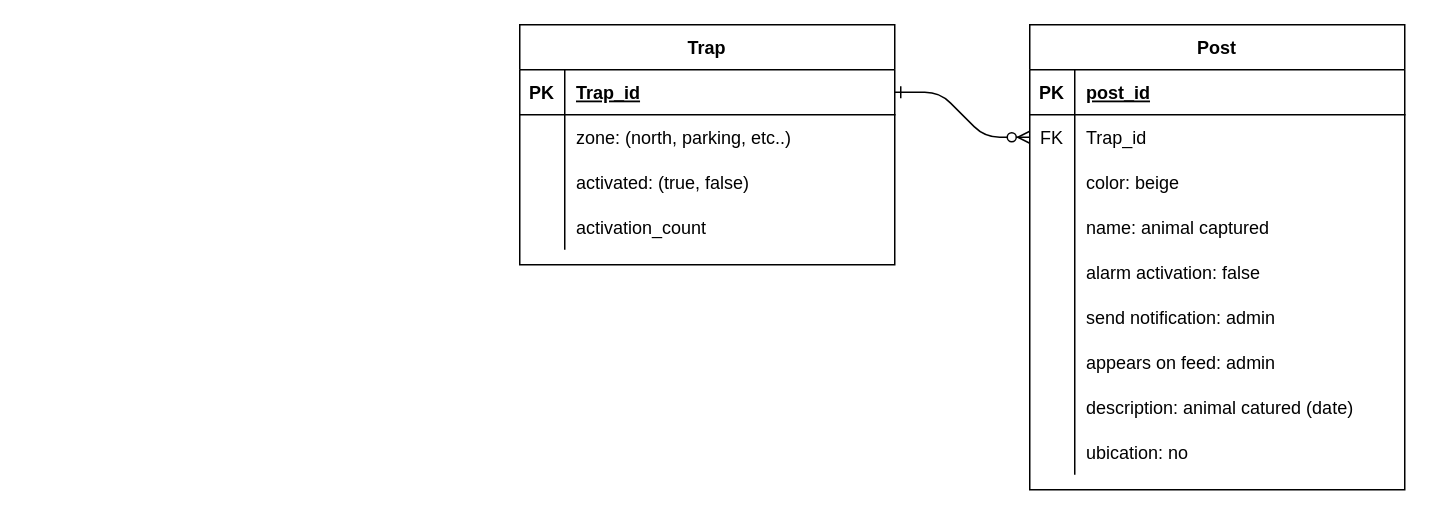
EmergenBis/emergenbis-iot-backend keeps this draw.io diagram as ERM IoT.drawio. Above is the earlier version. Source tidied: cells renumbered, new cells numbered last; positions are measured from the earlier drawing's top-left corner, leaving out a move shared by most shapes. Both pictures are drawn from the tidied source at 150%, with x=0, y=0 at pixel (519, 24).
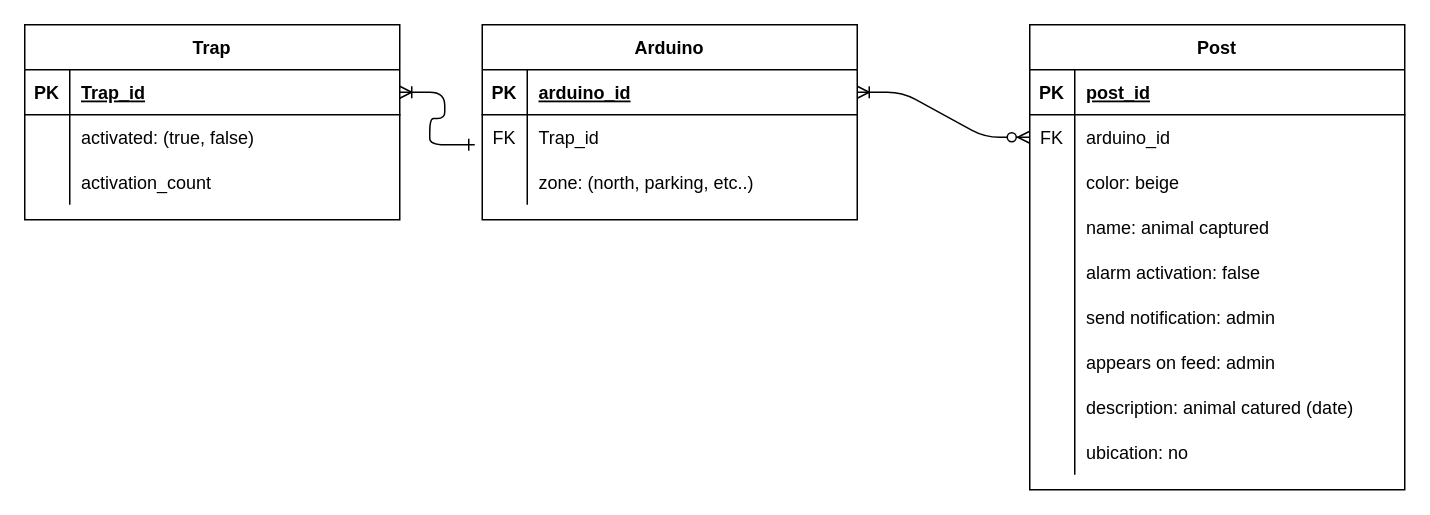
The same page after the edit.

Commit message:
putting arduino tab

Unchanged cells that the change refers to:
```xml
<mxCell id="4" style="shape=partialRectangle;fillColor=none;points=[[0,0.5],[1,0.5]];portConstraint=eastwest;top=0;left=0;right=0;bottom=1;" parent="3" vertex="1">
  <mxGeometry y="30" width="250" height="30" as="geometry" />
</mxCell>
<mxCell id="20" style="shape=partialRectangle;fillColor=none;points=[[0,0.5],[1,0.5]];portConstraint=eastwest;top=0;left=0;right=0;bottom=0;" parent="16" vertex="1">
  <mxGeometry y="60" width="250" height="30" as="geometry" />
</mxCell>
```

What changed in the source:
```diff
@@
-    <mxCell id="2" style="edgeStyle=entityRelationEdgeStyle;endArrow=ERzeroToMany;startArrow=ERone;endFill=1;startFill=0;entryX=0;entryY=0.5;entryDx=0;entryDy=0;" parent="1" edge="1" source="4" target="20">
+    <mxCell id="2" style="edgeStyle=entityRelationEdgeStyle;endArrow=ERzeroToMany;startArrow=ERoneToMany;endFill=1;startFill=0;entryX=0;entryY=0.5;entryDx=0;entryDy=0;exitX=1;exitY=0.5;exitDx=0;exitDy=0;" parent="1" edge="1" source="45" target="20">
       <mxGeometry relative="1" as="geometry" />
     </mxCell>
     <mxCell id="3" value="Trap" style="shape=table;startSize=30;childLayout=tableLayout;rowLines=0;fontStyle=1;align=center;" parent="1" vertex="1">
-      <mxGeometry width="250" height="160" as="geometry" />
+      <mxGeometry x="-330" width="250" height="130" as="geometry" />
     </mxCell>
@@
-    <mxCell id="7" style="shape=partialRectangle;fillColor=none;top=0;left=0;right=0;bottom=0;" parent="3" vertex="1">
-      <mxGeometry y="60" width="250" height="30" as="geometry" />
-    </mxCell>
-    <mxCell id="8" style="shape=partialRectangle;overflow=hidden;fillColor=none;top=0;left=0;bottom=0;right=0;" parent="7" vertex="1">
-      <mxGeometry width="30" height="30" as="geometry" />
-    </mxCell>
-    <mxCell id="9" value="zone: (north, parking, etc..)" style="shape=partialRectangle;overflow=hidden;fillColor=none;top=0;left=0;bottom=0;right=0;align=left;spacingLeft=6;" parent="7" vertex="1">
-      <mxGeometry x="30" width="220" height="30" as="geometry" />
-    </mxCell>
     <mxCell id="10" style="shape=partialRectangle;fillColor=none;top=0;left=0;right=0;bottom=0;" parent="3" vertex="1">
-      <mxGeometry y="90" width="250" height="30" as="geometry" />
+      <mxGeometry y="60" width="250" height="30" as="geometry" />
     </mxCell>
@@
     <mxCell id="13" style="shape=partialRectangle;fillColor=none;top=0;left=0;right=0;bottom=0;" parent="3" vertex="1">
-      <mxGeometry y="120" width="250" height="30" as="geometry" />
+      <mxGeometry y="90" width="250" height="30" as="geometry" />
     </mxCell>
@@
-    <mxCell id="22" value="Trap_id" style="shape=partialRectangle;overflow=hidden;fillColor=none;top=0;left=0;bottom=0;right=0;align=left;spacingLeft=6;" parent="20" vertex="1">
+    <mxCell id="22" value="arduino_id" style="shape=partialRectangle;overflow=hidden;fillColor=none;top=0;left=0;bottom=0;right=0;align=left;spacingLeft=6;" parent="20" vertex="1">
       <mxGeometry x="30" width="220" height="30" as="geometry" />
     </mxCell>
@@
+    <mxCell id="44" value="Arduino" style="shape=table;startSize=30;childLayout=tableLayout;rowLines=0;fontStyle=1;align=center;" parent="1" vertex="1">
+      <mxGeometry x="-25" width="250" height="130" as="geometry" />
+    </mxCell>
+    <mxCell id="45" style="shape=partialRectangle;fillColor=none;points=[[0,0.5],[1,0.5]];portConstraint=eastwest;top=0;left=0;right=0;bottom=1;" parent="44" vertex="1">
+      <mxGeometry y="30" width="250" height="30" as="geometry" />
+    </mxCell>
+    <mxCell id="46" value="PK" style="shape=partialRectangle;overflow=hidden;fillColor=none;top=0;left=0;bottom=0;right=0;fontStyle=1;" parent="45" vertex="1">
+      <mxGeometry width="30" height="30" as="geometry" />
+    </mxCell>
+    <mxCell id="47" value="arduino_id" style="shape=partialRectangle;overflow=hidden;fillColor=none;top=0;left=0;bottom=0;right=0;align=left;spacingLeft=6;fontStyle=5;" parent="45" vertex="1">
+      <mxGeometry x="30" width="220" height="30" as="geometry" />
+    </mxCell>
+    <mxCell id="7" style="shape=partialRectangle;fillColor=none;top=0;left=0;right=0;bottom=0;" parent="44" vertex="1">
+      <mxGeometry y="60" width="250" height="30" as="geometry" />
+    </mxCell>
+    <mxCell id="48" value="FK" style="shape=partialRectangle;overflow=hidden;fillColor=none;top=0;left=0;bottom=0;right=0;" parent="7" vertex="1">
+      <mxGeometry width="30" height="30" as="geometry" />
+    </mxCell>
+    <mxCell id="49" value="Trap_id" style="shape=partialRectangle;overflow=hidden;fillColor=none;top=0;left=0;bottom=0;right=0;align=left;spacingLeft=6;" parent="7" vertex="1">
+      <mxGeometry x="30" width="220" height="30" as="geometry" />
+    </mxCell>
+    <mxCell id="50" style="shape=partialRectangle;fillColor=none;top=0;left=0;right=0;bottom=0;" parent="44" vertex="1">
+      <mxGeometry y="90" width="250" height="30" as="geometry" />
+    </mxCell>
+    <mxCell id="8" style="shape=partialRectangle;overflow=hidden;fillColor=none;top=0;left=0;bottom=0;right=0;" parent="50" vertex="1">
+      <mxGeometry width="30" height="30" as="geometry" />
+    </mxCell>
+    <mxCell id="9" value="zone: (north, parking, etc..)" style="shape=partialRectangle;overflow=hidden;fillColor=none;top=0;left=0;bottom=0;right=0;align=left;spacingLeft=6;" parent="50" vertex="1">
+      <mxGeometry x="30" width="220" height="30" as="geometry" />
+    </mxCell>
+    <mxCell id="51" style="edgeStyle=entityRelationEdgeStyle;endArrow=ERone;startArrow=ERoneToMany;endFill=0;startFill=0;" parent="1" edge="1" source="4">
+      <mxGeometry relative="1" as="geometry">
+        <mxPoint x="-30" y="80" as="targetPoint" />
+      </mxGeometry>
+    </mxCell>
```
